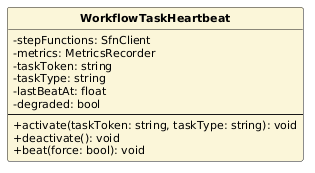
Earlier version of the PlantUML export PB/Specifica Tecnica/ImmaginiSpecificaTecnica/ClassiSingoleCondivise/WorkflowTaskHeartbeat.png (aLittleByte-19/Documentazione).
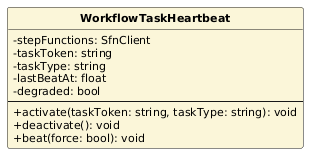
Above is the later version.

The edit, as a diff of the source:
```diff
@@ -7,7 +7,6 @@
 hide circle
 class WorkflowTaskHeartbeat #FBF6D9 {
   -stepFunctions: SfnClient
-  -metrics: MetricsRecorder
   -taskToken: string
   -taskType: string
   -lastBeatAt: float
```
